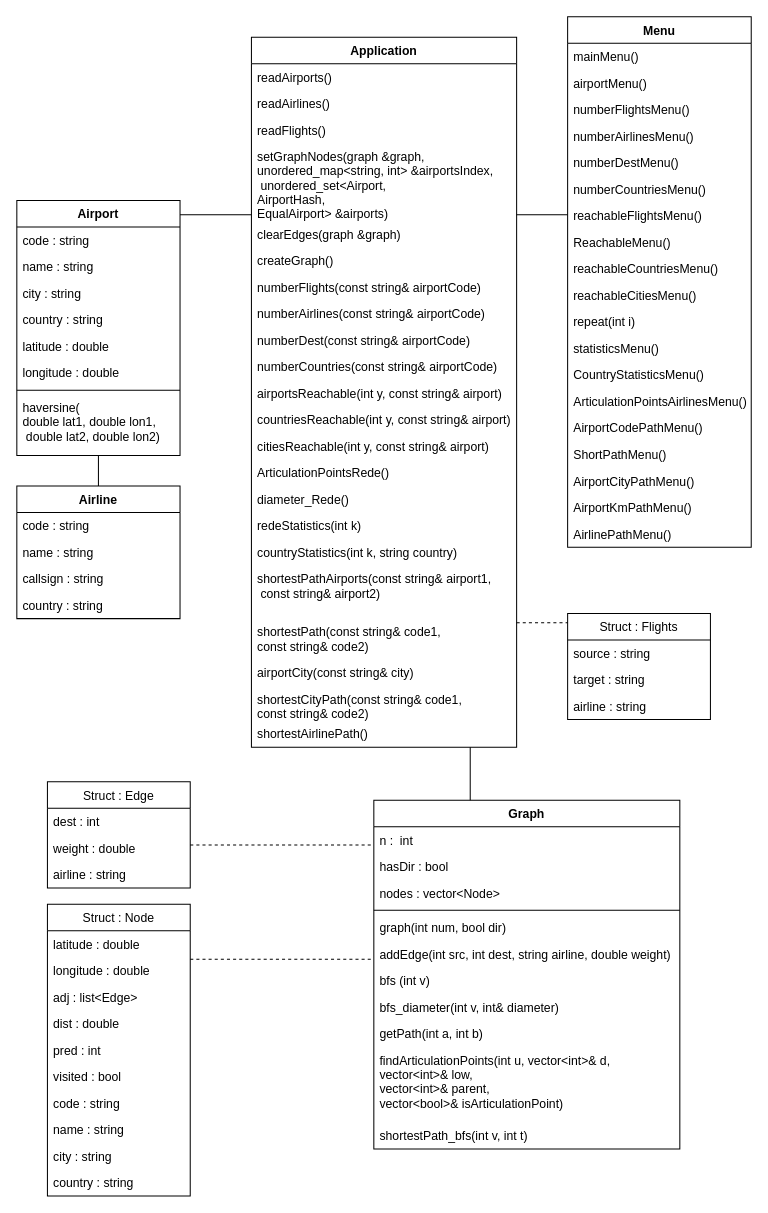
Before: docs/diagram/Projeto2AED_G24_Atualizado.drawio in domingosneto03/Airlines, a draw.io diagram. Source tidied: cells renumbered, new cells numbered last; positions are measured from the earlier drawing's top-left corner, leaving out a move shared by most shapes. Both pictures are drawn from the tidied source at 102%, with x=0, y=0 at pixel (16, 16).
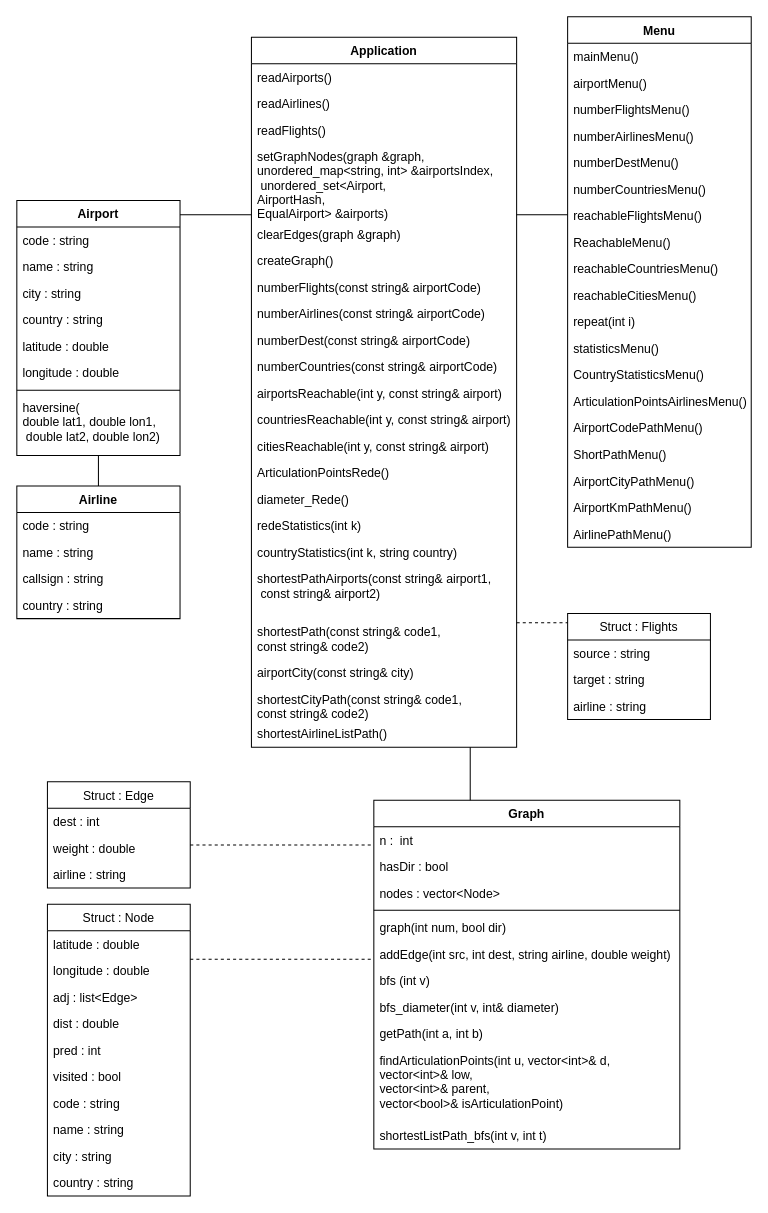
Above is the later version.

Unchanged cells that the change refers to:
```xml
<mxCell id="16" value="Application" style="swimlane;fontStyle=1;align=center;verticalAlign=top;horizontal=1;startSize=26;" parent="1" vertex="1">
  <mxGeometry x="230" y="20" width="260" height="696" as="geometry" />
</mxCell>
<mxCell id="39" value="Graph" style="swimlane;fontStyle=1;align=center;verticalAlign=top;horizontal=1;startSize=26;" parent="1" vertex="1">
  <mxGeometry x="350" y="768" width="300" height="342" as="geometry" />
</mxCell>
```

Change to the diagram source:
```diff
@@
-    <mxCell id="38" value="shortestAirlinePath()" style="text;strokeColor=none;fillColor=none;align=left;verticalAlign=top;spacingLeft=4;spacingRight=4;overflow=hidden;" parent="16" vertex="1">
+    <mxCell id="38" value="shortestAirlineListPath()" style="text;strokeColor=none;fillColor=none;align=left;verticalAlign=top;spacingLeft=4;spacingRight=4;overflow=hidden;" parent="16" vertex="1">
       <mxGeometry y="670" width="260" height="26" as="geometry" />
     </mxCell>
@@
-    <mxCell id="50" value="shortestPath_bfs(int v, int t)" style="text;strokeColor=none;fillColor=none;align=left;verticalAlign=top;spacingLeft=4;spacingRight=4;overflow=hidden;" parent="39" vertex="1">
+    <mxCell id="50" value="shortestListPath_bfs(int v, int t)" style="text;strokeColor=none;fillColor=none;align=left;verticalAlign=top;spacingLeft=4;spacingRight=4;overflow=hidden;" parent="39" vertex="1">
       <mxGeometry y="316" width="300" height="26" as="geometry" />
     </mxCell>
```
